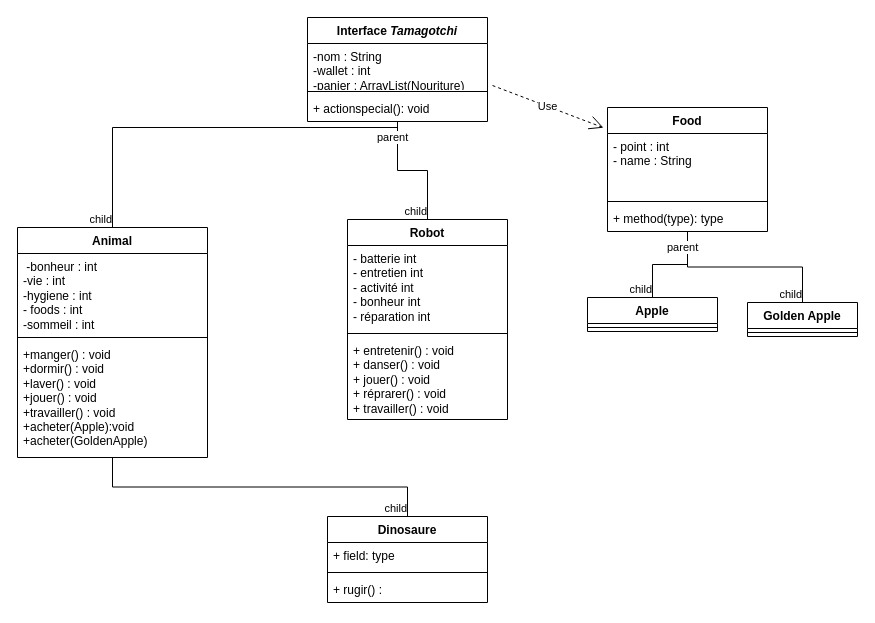
This is page "Page-2" (2 of 2) of Diagram.drawio from BMaurice56/Tamagotchi, a draw.io file, before an edit. Source tidied: cells renumbered, new cells numbered last; positions are measured from the earlier drawing's top-left corner, leaving out a move shared by most shapes. Both pictures are drawn from the tidied source at 100%, with x=0, y=0 at pixel (17, 17).
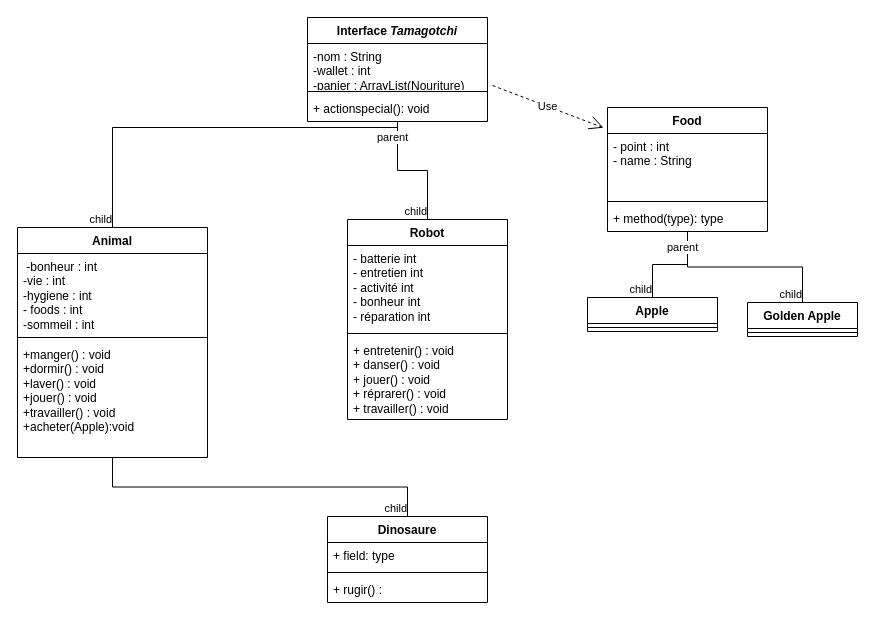
The same page after the edit.

Commit message:
Mettre à jour Diagram.drawio

Unchanged cells that the change refers to:
```xml
<mxCell id="14" value="Animal" style="swimlane;fontStyle=1;align=center;verticalAlign=top;horizontal=1;startSize=26;whiteSpace=wrap;html=1;" parent="1" vertex="1">
  <mxGeometry y="210" width="190" height="230" as="geometry" />
</mxCell>
```

What changed in the source:
```diff
@@
-    <mxCell id="17" value="&lt;div&gt;+manger() : void&lt;/div&gt;&lt;div&gt;+dormir() : void&lt;/div&gt;&lt;div&gt;+laver() : void&lt;/div&gt;&lt;div&gt;+jouer() : void&lt;/div&gt;&lt;div&gt;+travailler() : void&lt;br&gt;&lt;/div&gt;&lt;div&gt;+acheter(Apple):void&lt;/div&gt;&lt;div&gt;+acheter(GoldenApple)&lt;br&gt;&lt;/div&gt;" style="text;strokeColor=none;fillColor=none;align=left;verticalAlign=top;spacingLeft=4;spacingRight=4;overflow=hidden;whiteSpace=wrap;html=1;" parent="14" vertex="1">
+    <mxCell id="17" value="&lt;div&gt;+manger() : void&lt;/div&gt;&lt;div&gt;+dormir() : void&lt;/div&gt;&lt;div&gt;+laver() : void&lt;/div&gt;&lt;div&gt;+jouer() : void&lt;/div&gt;&lt;div&gt;+travailler() : void&lt;br&gt;&lt;/div&gt;&lt;div&gt;+acheter(Apple):void&lt;/div&gt;&lt;div&gt;&lt;br&gt;&lt;/div&gt;" style="text;strokeColor=none;fillColor=none;align=left;verticalAlign=top;spacingLeft=4;spacingRight=4;overflow=hidden;whiteSpace=wrap;html=1;" parent="14" vertex="1">
       <mxGeometry y="114" width="190" height="116" as="geometry" />
     </mxCell>
```
